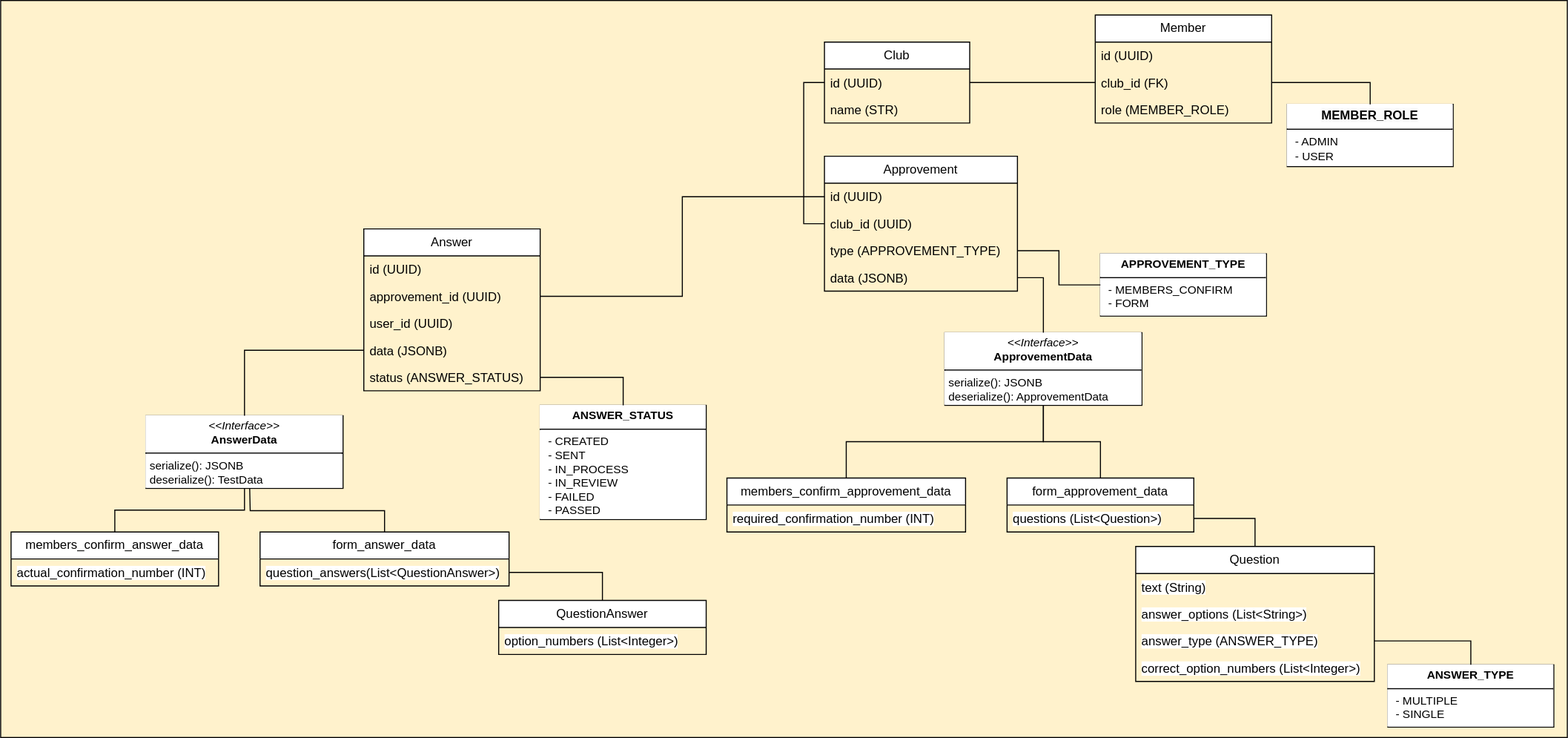
ru-random-walk/club-service keeps this draw.io diagram as doc/img/domain_model.drawio.svg. Above is the earlier version. Source tidied: cells renumbered, new cells last; positions are measured from the earlier drawing's top-left corner, leaving out a move shared by most shapes.
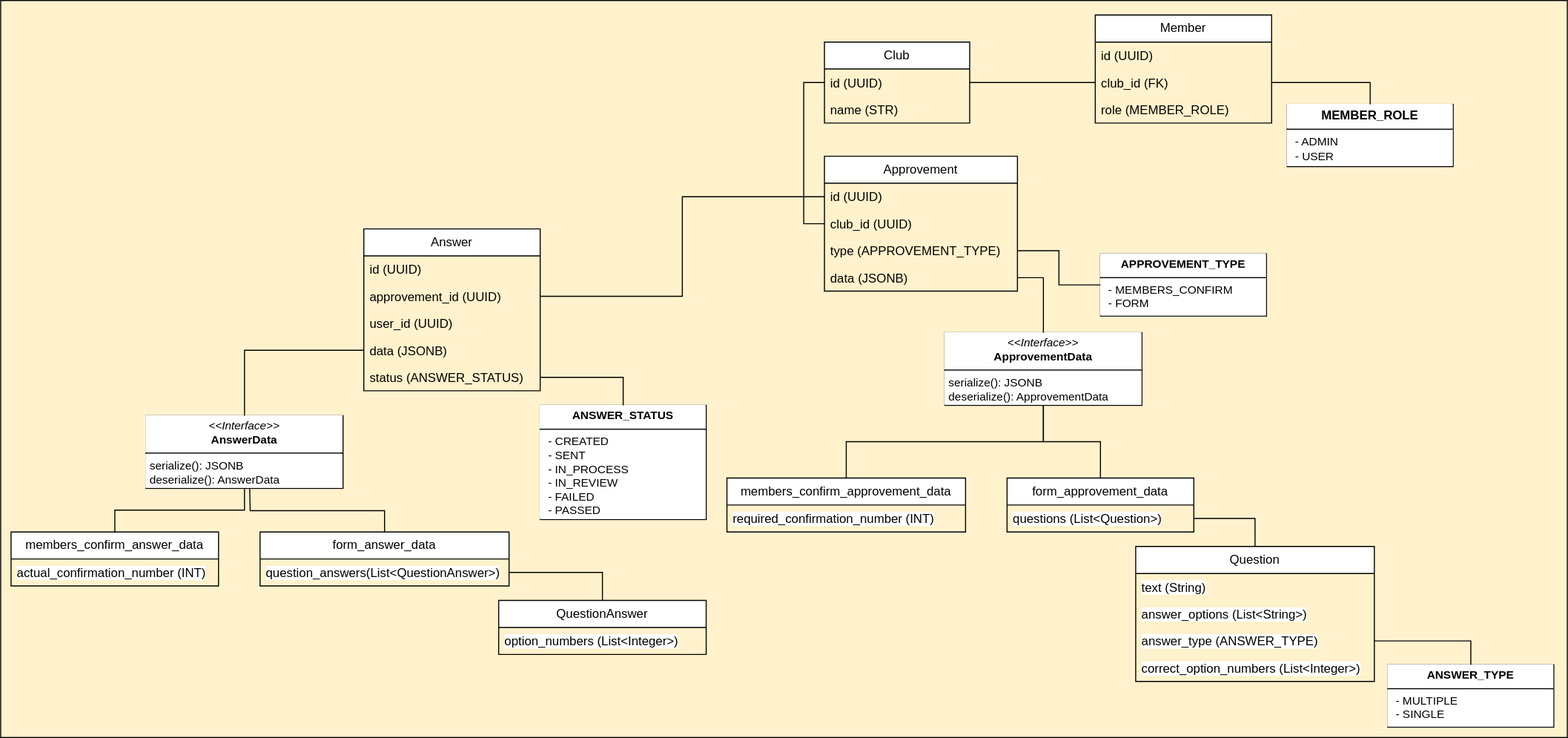
Above is the later version.

Commit message:
fix domain schema

Diff of the diagram source:
```diff
@@ -128,7 +128,7 @@
     <mxCell id="43" style="edgeStyle=orthogonalEdgeStyle;rounded=0;jettySize=auto;html=1;exitX=0.5;exitY=1;exitDx=0;exitDy=0;endArrow=none;endFill=0;" parent="1" edge="1" source="44" target="45">
       <mxGeometry relative="1" as="geometry" />
     </mxCell>
-    <mxCell id="44" value="&lt;p style=&quot;margin:0px;margin-top:4px;text-align:center;&quot;&gt;&lt;i&gt;&amp;lt;&amp;lt;Interface&amp;gt;&amp;gt;&lt;/i&gt;&lt;br&gt;&lt;b&gt;AnswerData&lt;/b&gt;&lt;/p&gt;&lt;hr size=&quot;1&quot; style=&quot;border-style:solid;&quot;&gt;&lt;p style=&quot;margin:0px;margin-left:4px;&quot;&gt;serialize(): JSONB&lt;br&gt;&lt;/p&gt;&lt;p style=&quot;margin:0px;margin-left:4px;&quot;&gt;deserialize(): TestData&lt;br&gt;&lt;/p&gt;" style="verticalAlign=top;align=left;overflow=fill;html=1;whiteSpace=wrap;fontFamily=Helvetica;fontSize=11;fontColor=default;labelBackgroundColor=default;" parent="1" vertex="1">
+    <mxCell id="44" value="&lt;p style=&quot;margin:0px;margin-top:4px;text-align:center;&quot;&gt;&lt;i&gt;&amp;lt;&amp;lt;Interface&amp;gt;&amp;gt;&lt;/i&gt;&lt;br&gt;&lt;b&gt;AnswerData&lt;/b&gt;&lt;/p&gt;&lt;hr size=&quot;1&quot; style=&quot;border-style:solid;&quot;&gt;&lt;p style=&quot;margin:0px;margin-left:4px;&quot;&gt;serialize(): JSONB&lt;br&gt;&lt;/p&gt;&lt;p style=&quot;margin:0px;margin-left:4px;&quot;&gt;deserialize(): AnswerData&lt;br&gt;&lt;/p&gt;" style="verticalAlign=top;align=left;overflow=fill;html=1;whiteSpace=wrap;fontFamily=Helvetica;fontSize=11;fontColor=default;labelBackgroundColor=default;" parent="1" vertex="1">
       <mxGeometry x="140" y="400" width="190" height="70" as="geometry" />
     </mxCell>
     <mxCell id="45" value="members_confirm_answer_data" style="swimlane;fontStyle=0;horizontal=1;startSize=26;fillColor=#FFFFFF;whiteSpace=wrap;html=1;fontFamily=Helvetica;fontSize=12;fontColor=default;labelBackgroundColor=default;strokeColor=default;align=center;verticalAlign=middle;" parent="1" vertex="1">
```
